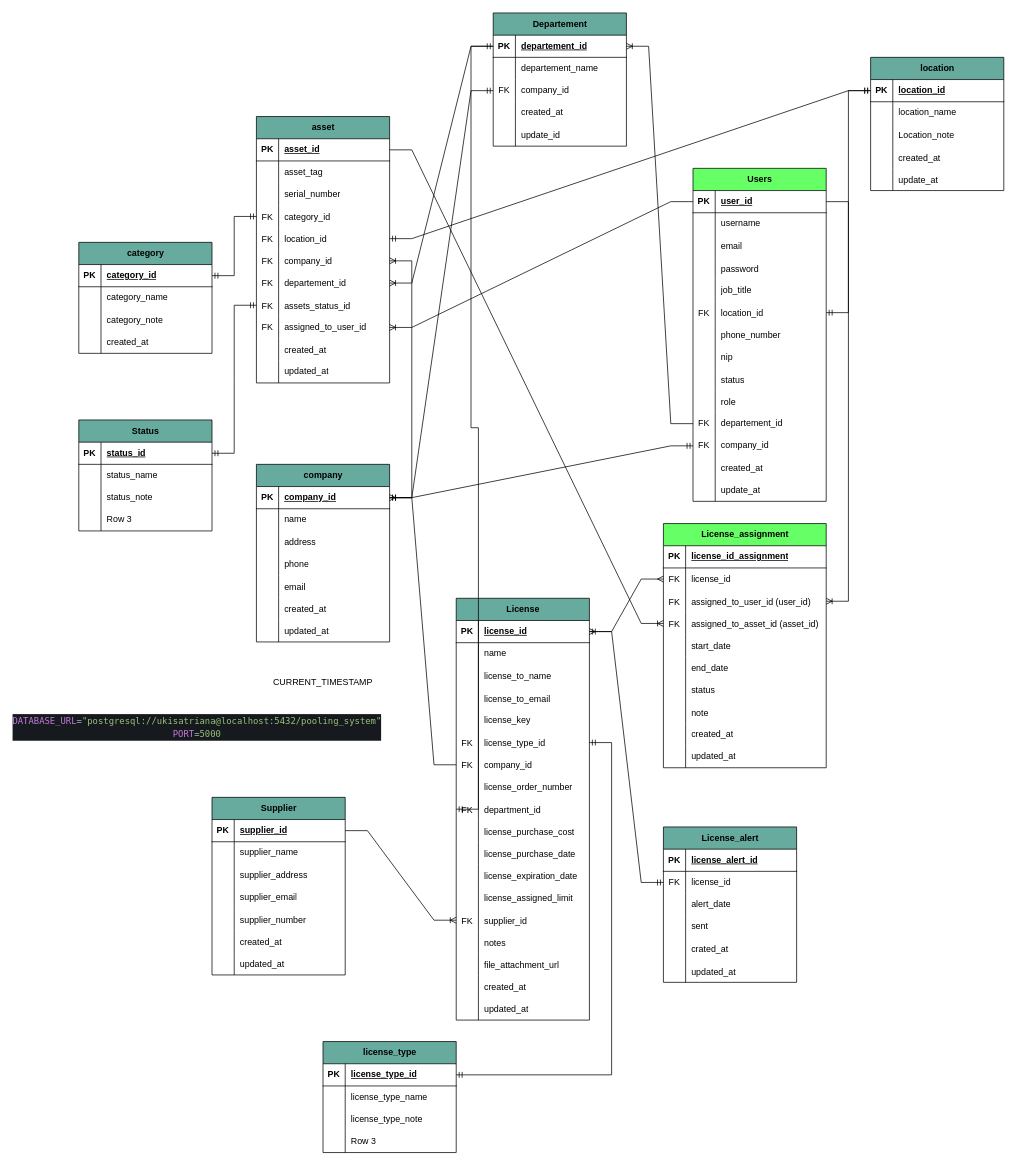
Before: pooling.drawio in ukisatriana/Flow-serv, a draw.io diagram. Source tidied: cells renumbered, new cells numbered last; positions are measured from the earlier drawing's top-left corner, leaving out a move shared by most shapes. Both pictures are drawn from the tidied source at 74%, with x=0, y=0 at pixel (78, 13).
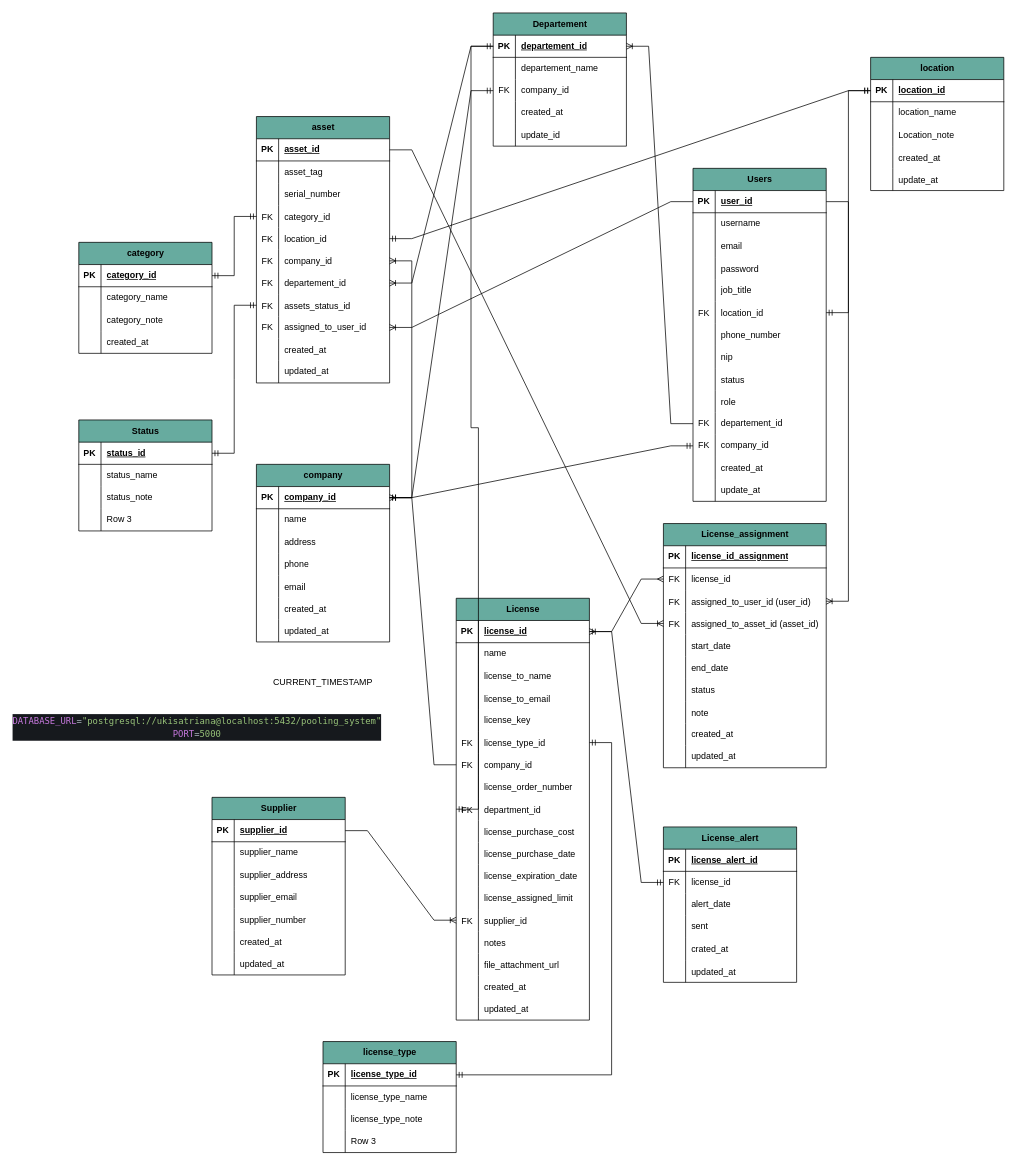
The same diagram, later.

The edit, as a diff of the source:
```diff
@@
-    <mxCell id="2" value="Users" style="shape=table;startSize=30;childLayout=tableLayout;rowLines=0;fontStyle=1;align=center;html=1;fillColor=#66FF66;" parent="1" vertex="1">
+    <mxCell id="2" value="Users" style="shape=table;startSize=30;childLayout=tableLayout;rowLines=0;fontStyle=1;align=center;html=1;fillColor=#67AB9F;" parent="1" vertex="1">
       <mxGeometry x="830" y="210" width="180" height="450" as="geometry" />
     </mxCell>
@@
-    <mxCell id="172" value="License_assignment" style="shape=table;startSize=30;childLayout=tableLayout;rowLines=0;fontStyle=1;align=center;html=1;fillColor=#66FF66;" parent="1" vertex="1">
+    <mxCell id="172" value="License_assignment" style="shape=table;startSize=30;childLayout=tableLayout;rowLines=0;fontStyle=1;align=center;html=1;fillColor=#67AB9F;" parent="1" vertex="1">
       <mxGeometry x="790" y="690" width="220" height="330" as="geometry" />
     </mxCell>
```
